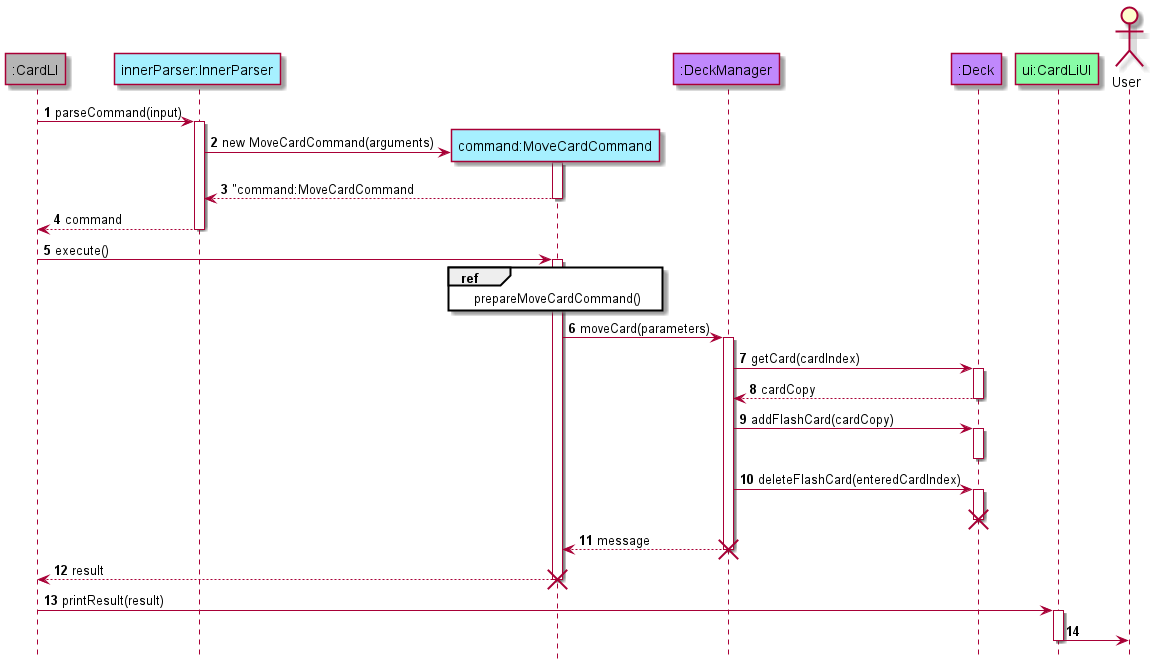
Before: docs/assets/moveCardCommandSeqDiagram.png, a diagram exported from PlantUML (xkisxk/tp).
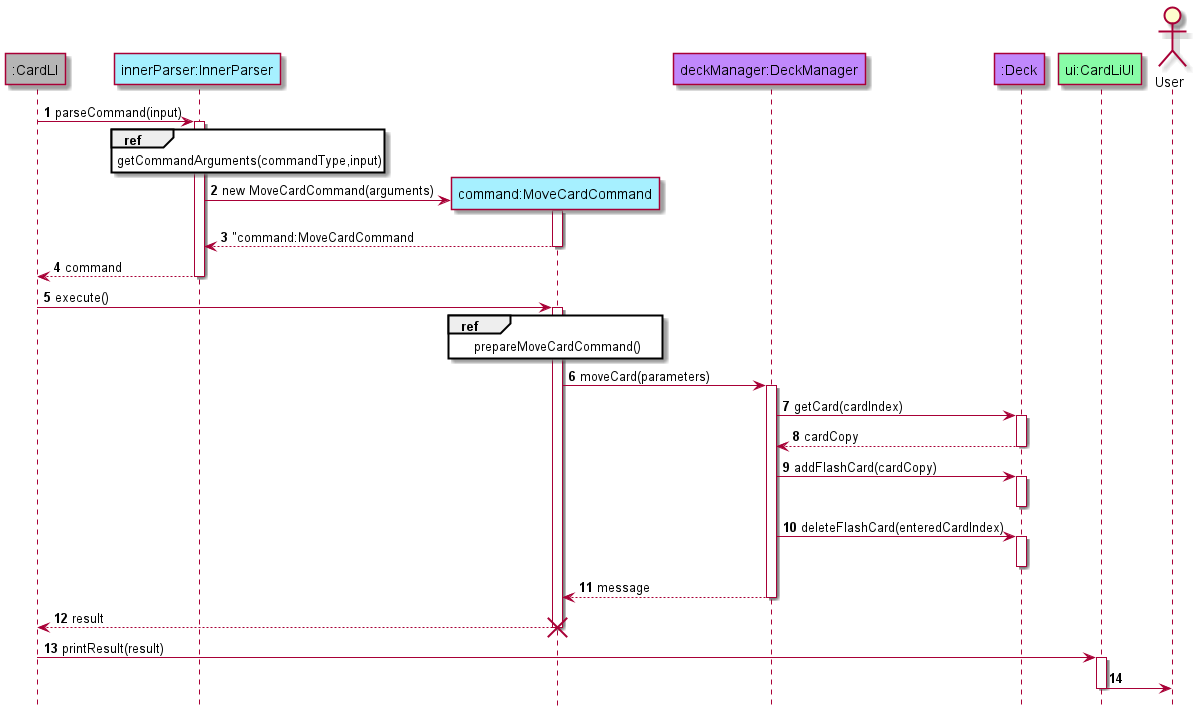
Later version of the same file.

The edit, as a diff of the source:
```diff
@@ -7,13 +7,17 @@
 participant ":CardLI" as CardLI mainCOLOUR
 participant "innerParser:InnerParser" as InnerParser logicCOLOUR
 participant "command:MoveCardCommand" as MoveCardCommand logicCOLOUR
-participant ":DeckManager" as DeckManager modelCOLOUR
+participant "deckManager:DeckManager" as DeckManager modelCOLOUR
 participant ":Deck" as Deck modelCOLOUR
 participant "ui:CardLiUI" as CardLiUI uiCOLOUR
 actor "User" as User
 
 CardLI -> InnerParser: parseCommand(input)
 activate InnerParser
+
+ref over InnerParser
+getCommandArguments(commandType,input)
+end ref
 
 InnerParser -> MoveCardCommand**: new MoveCardCommand(arguments)
 activate MoveCardCommand
@@ -45,12 +49,9 @@
 DeckManager -> Deck: deleteFlashCard(enteredCardIndex)
 activate Deck
 deactivate Deck
-destroy Deck
 
 DeckManager --> MoveCardCommand: message
 deactivate DeckManager
-
-destroy DeckManager
 
 CardLI<-- MoveCardCommand: result
 deactivate MoveCardCommand
```
